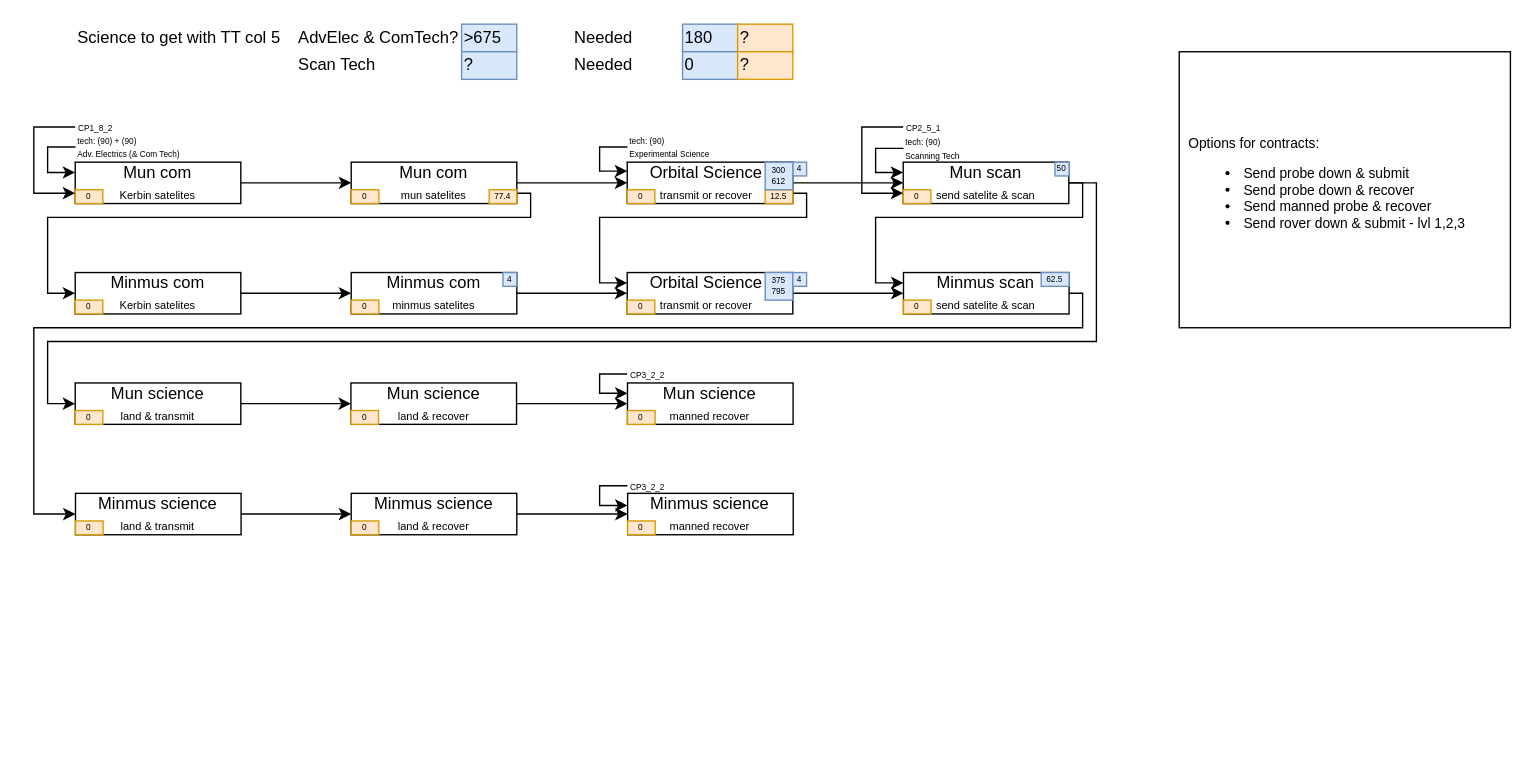
Earlier version of the draw.io diagram doc/CP4 contracts.drawio (SaphireFalcon/real_career). Source tidied: cells renumbered, new cells numbered last; positions are measured from the earlier drawing's top-left corner, leaving out a move shared by most shapes. Both pictures are drawn from the tidied source at 138%, with x=0, y=0 at pixel (33, 23).
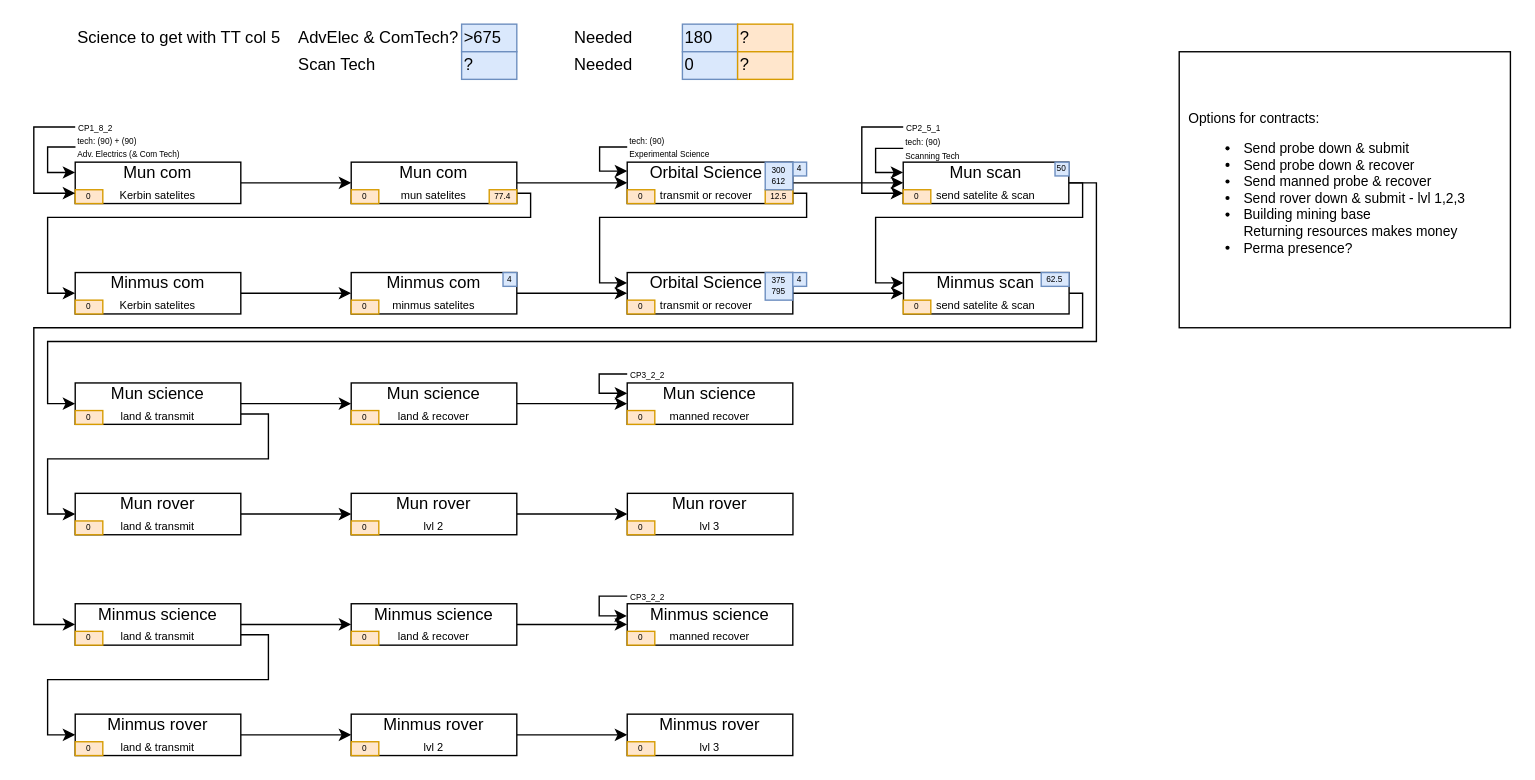
Above is the later version.

The change refers to these unchanged cells:
```xml
<mxCell id="31" value="Minmus scan&lt;br&gt;&lt;span style=&quot;font-size: 8px&quot;&gt;send satelite &amp;amp; scan&lt;/span&gt;" style="rounded=0;whiteSpace=wrap;html=1;" parent="1" vertex="1">
  <mxGeometry x="630.2" y="180" width="120" height="30" as="geometry" />
</mxCell>
<mxCell id="64" value="Mun science&lt;br&gt;&lt;span style=&quot;font-size: 8px&quot;&gt;land &amp;amp; transmit&lt;/span&gt;" style="rounded=0;whiteSpace=wrap;html=1;" parent="1" vertex="1">
  <mxGeometry x="30" y="260" width="120" height="30" as="geometry" />
</mxCell>
<mxCell id="77" value="&lt;span style=&quot;font-size: 6px ; text-align: left&quot;&gt;CP3_2_2&lt;/span&gt;" style="text;html=1;strokeColor=none;fillColor=none;align=center;verticalAlign=middle;whiteSpace=wrap;rounded=0;fontSize=8;" parent="1" vertex="1">
  <mxGeometry x="430" y="249" width="30" height="9" as="geometry" />
</mxCell>
```

Change to the diagram source:
```diff
@@
     <mxCell id="29" value="&lt;font style=&quot;line-height: 100% ; font-size: 6px&quot;&gt;&lt;font style=&quot;font-size: 6px&quot;&gt;tech: (90)&lt;br&gt;&lt;/font&gt;Scanning Tech&lt;br&gt;&lt;/font&gt;" style="text;html=1;align=left;verticalAlign=middle;whiteSpace=wrap;rounded=0;fontSize=8;spacing=2;" parent="1" vertex="1">
-      <mxGeometry x="630.2" y="80" width="119.8" height="20" as="geometry" />
+      <mxGeometry x="630" y="80" width="119.8" height="20" as="geometry" />
     </mxCell>
     <mxCell id="30" style="edgeStyle=orthogonalEdgeStyle;rounded=0;jettySize=auto;html=1;exitX=1;exitY=0.5;exitDx=0;exitDy=0;entryX=0;entryY=0.5;entryDx=0;entryDy=0;" parent="1" edge="1" source="31" target="61">
       <mxGeometry relative="1" as="geometry">
         <Array as="points">
           <mxPoint x="760" y="195" />
           <mxPoint x="760" y="220" />
           <mxPoint y="220" />
-          <mxPoint y="355" />
+          <mxPoint y="435" />
         </Array>
       </mxGeometry>
     </mxCell>
@@
     <mxCell id="32" value="0" style="text;html=1;strokeColor=#d79b00;fillColor=#ffe6cc;align=center;verticalAlign=middle;whiteSpace=wrap;rounded=0;fontSize=6;" parent="1" vertex="1">
-      <mxGeometry x="630.2" y="200" width="20" height="10" as="geometry" />
+      <mxGeometry x="630" y="200" width="20" height="10" as="geometry" />
     </mxCell>
     <mxCell id="33" value="Science to get with TT col 5" style="text;html=1;strokeColor=none;fillColor=none;align=left;verticalAlign=middle;whiteSpace=wrap;rounded=0;fontColor=#000000;" parent="1" vertex="1">
-      <mxGeometry x="30.2" width="160" height="20" as="geometry" />
+      <mxGeometry x="30" width="160" height="20" as="geometry" />
     </mxCell>
@@
     <mxCell id="35" value="Needed" style="text;html=1;strokeColor=none;fillColor=none;align=left;verticalAlign=middle;whiteSpace=wrap;rounded=0;fontColor=#000000;" parent="1" vertex="1">
-      <mxGeometry x="390.1" width="80" height="20" as="geometry" />
+      <mxGeometry x="390" width="80" height="20" as="geometry" />
     </mxCell>
     <mxCell id="36" value="180" style="text;html=1;strokeColor=#6c8ebf;fillColor=#dae8fc;align=left;verticalAlign=middle;whiteSpace=wrap;rounded=0;" parent="1" vertex="1">
-      <mxGeometry x="470.1" width="40" height="20" as="geometry" />
+      <mxGeometry x="470" width="40" height="20" as="geometry" />
     </mxCell>
@@
     <mxCell id="41" value="0" style="text;html=1;strokeColor=#6c8ebf;fillColor=#dae8fc;align=left;verticalAlign=middle;whiteSpace=wrap;rounded=0;" parent="1" vertex="1">
-      <mxGeometry x="470.1" y="20" width="40" height="20" as="geometry" />
+      <mxGeometry x="470" y="20" width="40" height="20" as="geometry" />
     </mxCell>
@@
     <mxCell id="43" value="Needed" style="text;html=1;strokeColor=none;fillColor=none;align=left;verticalAlign=middle;whiteSpace=wrap;rounded=0;fontColor=#000000;" parent="1" vertex="1">
-      <mxGeometry x="390.1" y="20" width="80" height="20" as="geometry" />
+      <mxGeometry x="390" y="20" width="80" height="20" as="geometry" />
     </mxCell>
@@
     <mxCell id="49" value="&lt;font style=&quot;line-height: 100% ; font-size: 6px&quot;&gt;&lt;font style=&quot;font-size: 6px&quot;&gt;tech: (90)&lt;br&gt;&lt;/font&gt;Experimental Science&lt;br&gt;&lt;/font&gt;" style="text;html=1;align=left;verticalAlign=middle;whiteSpace=wrap;rounded=0;fontSize=8;spacing=2;" parent="1" vertex="1">
-      <mxGeometry x="430.2" y="79" width="119.8" height="20" as="geometry" />
+      <mxGeometry x="430" y="79" width="119.8" height="20" as="geometry" />
     </mxCell>
@@
-    <mxCell id="59" value="&lt;font style=&quot;font-size: 10px&quot;&gt;Options for contracts:&lt;br style=&quot;font-size: 10px&quot;&gt;&lt;/font&gt;&lt;ul style=&quot;font-size: 10px&quot;&gt;&lt;li style=&quot;font-size: 10px&quot;&gt;Send probe down &amp;amp; submit&lt;/li&gt;&lt;li style=&quot;font-size: 10px&quot;&gt;Send probe down &amp;amp; recover&lt;/li&gt;&lt;li&gt;Send manned probe &amp;amp; recover&lt;/li&gt;&lt;li&gt;Send rover down &amp;amp; submit - lvl 1,2,3&lt;/li&gt;&lt;/ul&gt;" style="rounded=0;whiteSpace=wrap;html=1;align=left;fontSize=10;spacingLeft=5;" parent="1" vertex="1">
+    <mxCell id="59" value="&lt;font style=&quot;font-size: 10px&quot;&gt;Options for contracts:&lt;br style=&quot;font-size: 10px&quot;&gt;&lt;/font&gt;&lt;ul style=&quot;font-size: 10px&quot;&gt;&lt;li style=&quot;font-size: 10px&quot;&gt;Send probe down &amp;amp; submit&lt;/li&gt;&lt;li style=&quot;font-size: 10px&quot;&gt;Send probe down &amp;amp; recover&lt;/li&gt;&lt;li&gt;Send manned probe &amp;amp; recover&lt;/li&gt;&lt;li&gt;Send rover down &amp;amp; submit - lvl 1,2,3&lt;/li&gt;&lt;li&gt;Building mining base&lt;br&gt;Returning resources makes money&lt;/li&gt;&lt;li&gt;Perma presence?&lt;/li&gt;&lt;/ul&gt;" style="rounded=0;whiteSpace=wrap;html=1;align=left;fontSize=10;spacingLeft=5;" parent="1" vertex="1">
       <mxGeometry x="830" y="20" width="240" height="200" as="geometry" />
     </mxCell>
-    <mxCell id="60" style="edgeStyle=orthogonalEdgeStyle;rounded=0;jettySize=auto;html=1;exitX=1;exitY=0.5;exitDx=0;exitDy=0;entryX=0;entryY=0.5;entryDx=0;entryDy=0;" parent="1" edge="1" source="61" target="67">
-      <mxGeometry relative="1" as="geometry" />
-    </mxCell>
+    <mxCell id="80" style="edgeStyle=orthogonalEdgeStyle;rounded=0;jettySize=auto;html=1;exitX=1;exitY=0.75;exitDx=0;exitDy=0;entryX=0;entryY=0.5;entryDx=0;entryDy=0;" parent="1" edge="1" source="61" target="86">
+      <mxGeometry relative="1" as="geometry" />
+    </mxCell>
     <mxCell id="61" value="Minmus science&lt;br&gt;&lt;span style=&quot;font-size: 8px&quot;&gt;land &amp;amp; transmit&lt;/span&gt;" style="rounded=0;whiteSpace=wrap;html=1;" parent="1" vertex="1">
-      <mxGeometry x="30.2" y="340" width="120" height="30" as="geometry" />
+      <mxGeometry x="30" y="420" width="120" height="30" as="geometry" />
     </mxCell>
     <mxCell id="62" value="0" style="text;html=1;strokeColor=#d79b00;fillColor=#ffe6cc;align=center;verticalAlign=middle;whiteSpace=wrap;rounded=0;fontSize=6;" parent="1" vertex="1">
-      <mxGeometry x="30.2" y="360" width="20" height="10" as="geometry" />
+      <mxGeometry x="30" y="440" width="20" height="10" as="geometry" />
     </mxCell>
-    <mxCell id="63" style="edgeStyle=orthogonalEdgeStyle;rounded=0;jettySize=auto;html=1;exitX=1;exitY=0.5;exitDx=0;exitDy=0;entryX=0;entryY=0.5;entryDx=0;entryDy=0;" parent="1" edge="1" source="64" target="70">
-      <mxGeometry relative="1" as="geometry" />
-    </mxCell>
+    <mxCell id="81" style="edgeStyle=orthogonalEdgeStyle;rounded=0;jettySize=auto;html=1;exitX=1;exitY=0.75;exitDx=0;exitDy=0;entryX=0;entryY=0.5;entryDx=0;entryDy=0;" parent="1" edge="1" source="64" target="83">
+      <mxGeometry relative="1" as="geometry" />
+    </mxCell>
@@
     <mxCell id="67" value="Minmus science&lt;br&gt;&lt;span style=&quot;font-size: 8px&quot;&gt;land &amp;amp; recover&lt;/span&gt;" style="rounded=0;whiteSpace=wrap;html=1;" parent="1" vertex="1">
-      <mxGeometry x="230" y="340" width="120" height="30" as="geometry" />
+      <mxGeometry x="230" y="420" width="120" height="30" as="geometry" />
     </mxCell>
     <mxCell id="68" value="0" style="text;html=1;strokeColor=#d79b00;fillColor=#ffe6cc;align=center;verticalAlign=middle;whiteSpace=wrap;rounded=0;fontSize=6;" parent="1" vertex="1">
-      <mxGeometry x="230" y="360" width="20" height="10" as="geometry" />
+      <mxGeometry x="230" y="440" width="20" height="10" as="geometry" />
     </mxCell>
@@
     <mxCell id="70" value="Mun science&lt;br&gt;&lt;span style=&quot;font-size: 8px&quot;&gt;land &amp;amp; recover&lt;/span&gt;" style="rounded=0;whiteSpace=wrap;html=1;" parent="1" vertex="1">
-      <mxGeometry x="229.8" y="260" width="120" height="30" as="geometry" />
+      <mxGeometry x="230" y="260" width="120" height="30" as="geometry" />
     </mxCell>
     <mxCell id="71" value="0" style="text;html=1;strokeColor=#d79b00;fillColor=#ffe6cc;align=center;verticalAlign=middle;whiteSpace=wrap;rounded=0;fontSize=6;" parent="1" vertex="1">
-      <mxGeometry x="229.8" y="280" width="20" height="10" as="geometry" />
+      <mxGeometry x="230" y="280" width="20" height="10" as="geometry" />
     </mxCell>
     <mxCell id="72" value="Minmus science&lt;br&gt;&lt;span style=&quot;font-size: 8px&quot;&gt;manned recover&lt;/span&gt;" style="rounded=0;whiteSpace=wrap;html=1;" parent="1" vertex="1">
-      <mxGeometry x="430.3" y="340" width="120" height="30" as="geometry" />
+      <mxGeometry x="430" y="420" width="120" height="30" as="geometry" />
     </mxCell>
     <mxCell id="73" value="0" style="text;html=1;strokeColor=#d79b00;fillColor=#ffe6cc;align=center;verticalAlign=middle;whiteSpace=wrap;rounded=0;fontSize=6;" parent="1" vertex="1">
-      <mxGeometry x="430.3" y="360" width="20" height="10" as="geometry" />
+      <mxGeometry x="430" y="440" width="20" height="10" as="geometry" />
     </mxCell>
     <mxCell id="74" value="Mun science&lt;br&gt;&lt;span style=&quot;font-size: 8px&quot;&gt;manned recover&lt;/span&gt;" style="rounded=0;whiteSpace=wrap;html=1;" parent="1" vertex="1">
-      <mxGeometry x="430.2" y="260" width="120" height="30" as="geometry" />
+      <mxGeometry x="430" y="260" width="120" height="30" as="geometry" />
     </mxCell>
     <mxCell id="75" value="0" style="text;html=1;strokeColor=#d79b00;fillColor=#ffe6cc;align=center;verticalAlign=middle;whiteSpace=wrap;rounded=0;fontSize=6;" parent="1" vertex="1">
-      <mxGeometry x="430.2" y="280" width="20" height="10" as="geometry" />
+      <mxGeometry x="430" y="280" width="20" height="10" as="geometry" />
     </mxCell>
     <mxCell id="76" style="edgeStyle=orthogonalEdgeStyle;rounded=0;jettySize=auto;html=1;exitX=0;exitY=0.5;exitDx=0;exitDy=0;entryX=0;entryY=0.25;entryDx=0;entryDy=0;" parent="1" edge="1" source="77" target="74">
       <mxGeometry relative="1" as="geometry">
         <Array as="points">
-          <mxPoint x="410" y="254" />
-          <mxPoint x="410" y="267" />
+          <mxPoint x="409.7" y="254" />
+          <mxPoint x="409.7" y="267" />
         </Array>
       </mxGeometry>
     </mxCell>
@@
     <mxCell id="78" style="edgeStyle=orthogonalEdgeStyle;rounded=0;jettySize=auto;html=1;exitX=0;exitY=0.5;exitDx=0;exitDy=0;entryX=0;entryY=0.25;entryDx=0;entryDy=0;" parent="1" edge="1" source="79">
       <mxGeometry relative="1" as="geometry">
-        <mxPoint x="430.2" y="348.8" as="targetPoint" />
+        <mxPoint x="429.8" y="428.8" as="targetPoint" />
         <Array as="points">
-          <mxPoint x="410" y="334.3" />
-          <mxPoint x="410" y="348.3" />
+          <mxPoint x="409.7" y="414.3" />
+          <mxPoint x="409.7" y="428.3" />
         </Array>
       </mxGeometry>
     </mxCell>
     <mxCell id="79" value="&lt;span style=&quot;font-size: 6px ; text-align: left&quot;&gt;CP3_2_2&lt;/span&gt;" style="text;html=1;strokeColor=none;fillColor=none;align=center;verticalAlign=middle;whiteSpace=wrap;rounded=0;fontSize=8;" parent="1" vertex="1">
-      <mxGeometry x="430.1" y="330" width="30" height="9" as="geometry" />
+      <mxGeometry x="430" y="410" width="30" height="9" as="geometry" />
     </mxCell>
+    <mxCell id="63" style="edgeStyle=orthogonalEdgeStyle;rounded=0;jettySize=auto;html=1;exitX=1;exitY=0.5;exitDx=0;exitDy=0;entryX=0;entryY=0.5;entryDx=0;entryDy=0;" parent="1" edge="1" source="64" target="70">
+      <mxGeometry relative="1" as="geometry" />
+    </mxCell>
+    <mxCell id="82" style="edgeStyle=orthogonalEdgeStyle;rounded=0;jettySize=auto;html=1;exitX=1;exitY=0.5;exitDx=0;exitDy=0;entryX=0;entryY=0.5;entryDx=0;entryDy=0;" parent="1" edge="1" source="83" target="89">
+      <mxGeometry relative="1" as="geometry" />
+    </mxCell>
+    <mxCell id="83" value="Mun rover&lt;br&gt;&lt;span style=&quot;font-size: 8px&quot;&gt;land &amp;amp; transmit&lt;/span&gt;" style="rounded=0;whiteSpace=wrap;html=1;" parent="1" vertex="1">
+      <mxGeometry x="30" y="340" width="120" height="30" as="geometry" />
+    </mxCell>
+    <mxCell id="84" value="0" style="text;html=1;strokeColor=#d79b00;fillColor=#ffe6cc;align=center;verticalAlign=middle;whiteSpace=wrap;rounded=0;fontSize=6;" parent="1" vertex="1">
+      <mxGeometry x="30" y="360" width="20" height="10" as="geometry" />
+    </mxCell>
+    <mxCell id="60" style="edgeStyle=orthogonalEdgeStyle;rounded=0;jettySize=auto;html=1;exitX=1;exitY=0.5;exitDx=0;exitDy=0;entryX=0;entryY=0.5;entryDx=0;entryDy=0;" parent="1" edge="1" source="61" target="67">
+      <mxGeometry relative="1" as="geometry">
+        <Array as="points">
+          <mxPoint x="200" y="435" />
+          <mxPoint x="200" y="435" />
+        </Array>
+      </mxGeometry>
+    </mxCell>
+    <mxCell id="85" style="edgeStyle=orthogonalEdgeStyle;rounded=0;jettySize=auto;html=1;exitX=1;exitY=0.5;exitDx=0;exitDy=0;entryX=0;entryY=0.5;entryDx=0;entryDy=0;" parent="1" edge="1" source="86" target="94">
+      <mxGeometry relative="1" as="geometry" />
+    </mxCell>
+    <mxCell id="86" value="Minmus rover&lt;br&gt;&lt;span style=&quot;font-size: 8px&quot;&gt;land &amp;amp; transmit&lt;/span&gt;" style="rounded=0;whiteSpace=wrap;html=1;" parent="1" vertex="1">
+      <mxGeometry x="30" y="500" width="120" height="30" as="geometry" />
+    </mxCell>
+    <mxCell id="87" value="0" style="text;html=1;strokeColor=#d79b00;fillColor=#ffe6cc;align=center;verticalAlign=middle;whiteSpace=wrap;rounded=0;fontSize=6;" parent="1" vertex="1">
+      <mxGeometry x="30" y="520" width="20" height="10" as="geometry" />
+    </mxCell>
+    <mxCell id="88" style="edgeStyle=orthogonalEdgeStyle;rounded=0;jettySize=auto;html=1;exitX=1;exitY=0.5;exitDx=0;exitDy=0;entryX=0;entryY=0.5;entryDx=0;entryDy=0;" parent="1" edge="1" source="89" target="91">
+      <mxGeometry relative="1" as="geometry" />
+    </mxCell>
+    <mxCell id="89" value="Mun rover&lt;br&gt;&lt;span style=&quot;font-size: 8px&quot;&gt;lvl 2&lt;/span&gt;" style="rounded=0;whiteSpace=wrap;html=1;" parent="1" vertex="1">
+      <mxGeometry x="230" y="340" width="120" height="30" as="geometry" />
+    </mxCell>
+    <mxCell id="90" value="0" style="text;html=1;strokeColor=#d79b00;fillColor=#ffe6cc;align=center;verticalAlign=middle;whiteSpace=wrap;rounded=0;fontSize=6;" parent="1" vertex="1">
+      <mxGeometry x="230" y="360" width="20" height="10" as="geometry" />
+    </mxCell>
+    <mxCell id="91" value="Mun rover&lt;br&gt;&lt;span style=&quot;font-size: 8px&quot;&gt;lvl 3&lt;/span&gt;" style="rounded=0;whiteSpace=wrap;html=1;" parent="1" vertex="1">
+      <mxGeometry x="430.1" y="340" width="120" height="30" as="geometry" />
+    </mxCell>
+    <mxCell id="92" value="0" style="text;html=1;strokeColor=#d79b00;fillColor=#ffe6cc;align=center;verticalAlign=middle;whiteSpace=wrap;rounded=0;fontSize=6;" parent="1" vertex="1">
+      <mxGeometry x="430" y="360" width="20" height="10" as="geometry" />
+    </mxCell>
+    <mxCell id="93" style="edgeStyle=orthogonalEdgeStyle;rounded=0;jettySize=auto;html=1;exitX=1;exitY=0.5;exitDx=0;exitDy=0;entryX=0;entryY=0.5;entryDx=0;entryDy=0;" parent="1" edge="1" source="94" target="96">
+      <mxGeometry relative="1" as="geometry" />
+    </mxCell>
+    <mxCell id="94" value="Minmus rover&lt;br&gt;&lt;span style=&quot;font-size: 8px&quot;&gt;lvl 2&lt;/span&gt;" style="rounded=0;whiteSpace=wrap;html=1;" parent="1" vertex="1">
+      <mxGeometry x="230" y="500" width="120" height="30" as="geometry" />
+    </mxCell>
+    <mxCell id="95" value="0" style="text;html=1;strokeColor=#d79b00;fillColor=#ffe6cc;align=center;verticalAlign=middle;whiteSpace=wrap;rounded=0;fontSize=6;" parent="1" vertex="1">
+      <mxGeometry x="230" y="520" width="20" height="10" as="geometry" />
+    </mxCell>
+    <mxCell id="96" value="Minmus rover&lt;br&gt;&lt;span style=&quot;font-size: 8px&quot;&gt;lvl 3&lt;/span&gt;" style="rounded=0;whiteSpace=wrap;html=1;" parent="1" vertex="1">
+      <mxGeometry x="430" y="500" width="120" height="30" as="geometry" />
+    </mxCell>
+    <mxCell id="97" value="0" style="text;html=1;strokeColor=#d79b00;fillColor=#ffe6cc;align=center;verticalAlign=middle;whiteSpace=wrap;rounded=0;fontSize=6;" parent="1" vertex="1">
+      <mxGeometry x="430" y="520" width="20" height="10" as="geometry" />
+    </mxCell>
```
